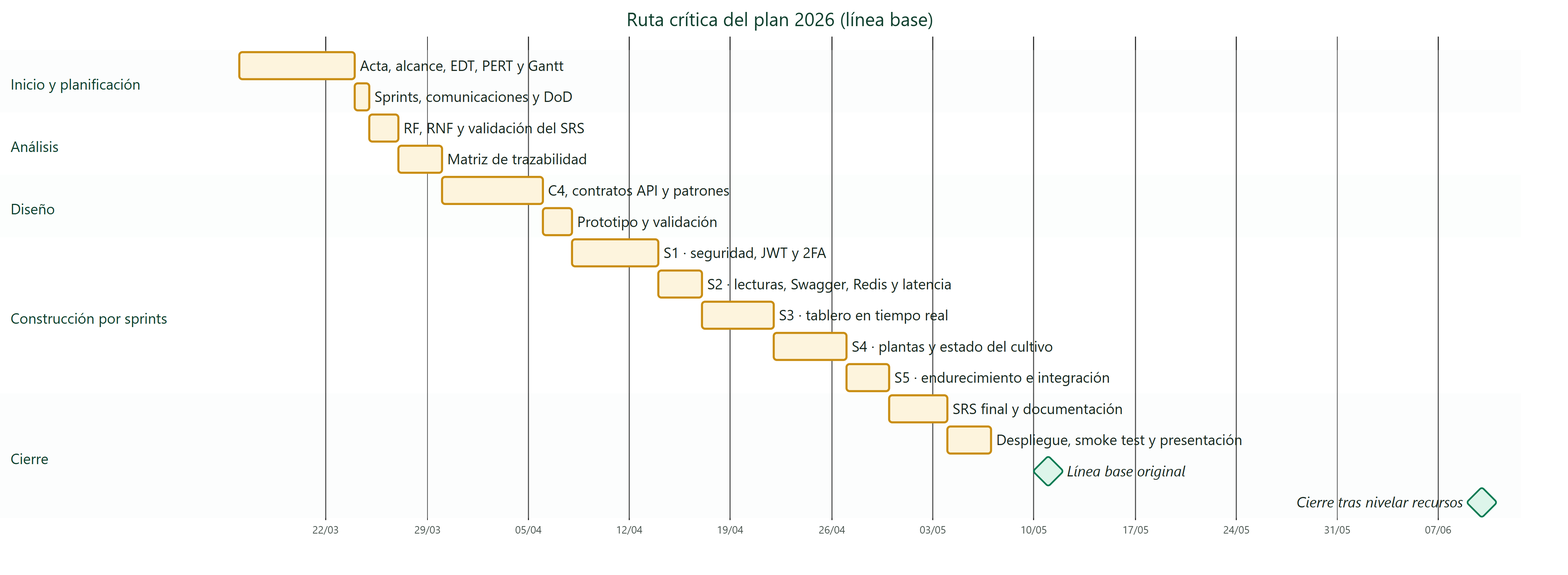
Above: docs/diagrams/SmartPot_23_Critical_Path_Gantt.png in SmartPotTech/.github (Mermaid), before the change. Its source is kept beside it as docs/diagrams/SmartPot_23_Critical_Path_Gantt.mmd. Its diagram source:
```mermaid
%%{init: {"theme": "base", "fontFamily": "Segoe UI, Arial, sans-serif", "themeVariables": {"fontFamily": "Segoe UI, Arial, sans-serif", "fontSize": "15px", "primaryColor": "#DDF5EA", "primaryTextColor": "#17261F", "primaryBorderColor": "#067A52", "secondaryColor": "#E3F2FB", "secondaryTextColor": "#17261F", "secondaryBorderColor": "#1F6FA0", "tertiaryColor": "#F2F7F4", "tertiaryTextColor": "#17261F", "tertiaryBorderColor": "#D5E3DC", "lineColor": "#5B6B63", "textColor": "#17261F", "mainBkg": "#DDF5EA", "nodeBorder": "#067A52", "clusterBkg": "#F7FAF8", "clusterBorder": "#D5E3DC", "edgeLabelBackground": "#FFFFFF", "actorBkg": "#067A52", "actorBorder": "#0B3D2B", "actorTextColor": "#FFFFFF", "actorLineColor": "#5B6B63", "signalColor": "#17261F", "signalTextColor": "#17261F", "labelBoxBkgColor": "#0B3D2B", "labelBoxBorderColor": "#0B3D2B", "labelTextColor": "#FFFFFF", "loopTextColor": "#0B3D2B", "noteBkgColor": "#FDF4DD", "noteBorderColor": "#C98D12", "noteTextColor": "#17261F", "activationBkgColor": "#DDF5EA", "activationBorderColor": "#067A52", "attributeBackgroundColorOdd": "#FFFFFF", "attributeBackgroundColorEven": "#F2F7F4", "taskBkgColor": "#DDF5EA", "taskBorderColor": "#067A52", "taskTextColor": "#17261F", "taskTextDarkColor": "#17261F", "taskTextLightColor": "#17261F", "taskTextOutsideColor": "#17261F", "activeTaskBkgColor": "#E3F2FB", "activeTaskBorderColor": "#1F6FA0", "critBkgColor": "#FDF4DD", "critBorderColor": "#C98D12", "doneTaskBkgColor": "#F2F7F4", "doneTaskBorderColor": "#5B6B63", "sectionBkgColor": "#F2F7F4", "altSectionBkgColor": "#FFFFFF", "sectionBkgColor2": "#EEFAF4", "gridColor": "#D5E3DC", "todayLineColor": "#D64545", "titleColor": "#0B3D2B"}, "gantt": {"barHeight": 26, "fontSize": 14, "sectionFontSize": 14, "leftPadding": 230, "useWidth": 1500}}}%%
gantt
  title Ruta crítica del plan 2026 (línea base)
  dateFormat YYYY-MM-DD
  axisFormat %d/%m
  section Inicio y planificación
  Acta, alcance, EDT, PERT y Gantt :crit, p1, 2026-03-16, 2026-03-24
  Sprints, comunicaciones y DoD :crit, p2, 2026-03-24, 2026-03-25
  section Análisis
  RF, RNF y validación del SRS :crit, a1, 2026-03-25, 2026-03-27
  Matriz de trazabilidad :crit, a2, 2026-03-27, 2026-03-30
  section Diseño
  C4, contratos API y patrones :crit, d1, 2026-03-30, 2026-04-06
  Prototipo y validación :crit, d2, 2026-04-06, 2026-04-08
  section Construcción por sprints
  S1 · seguridad, JWT y 2FA :crit, s1, 2026-04-08, 2026-04-14
  S2 · lecturas, Swagger, Redis y latencia :crit, s2, 2026-04-14, 2026-04-17
  S3 · tablero en tiempo real :crit, s3, 2026-04-17, 2026-04-22
  S4 · plantas y estado del cultivo :crit, s4, 2026-04-22, 2026-04-27
  S5 · endurecimiento e integración :crit, s5, 2026-04-27, 2026-04-30
  section Cierre
  SRS final y documentación :crit, c1, 2026-04-30, 2026-05-04
  Despliegue, smoke test y presentación :crit, c2, 2026-05-04, 2026-05-07
  Línea base original :milestone, m1, 2026-05-11, 0d
  Cierre tras nivelar recursos :milestone, m2, 2026-06-10, 0d
```
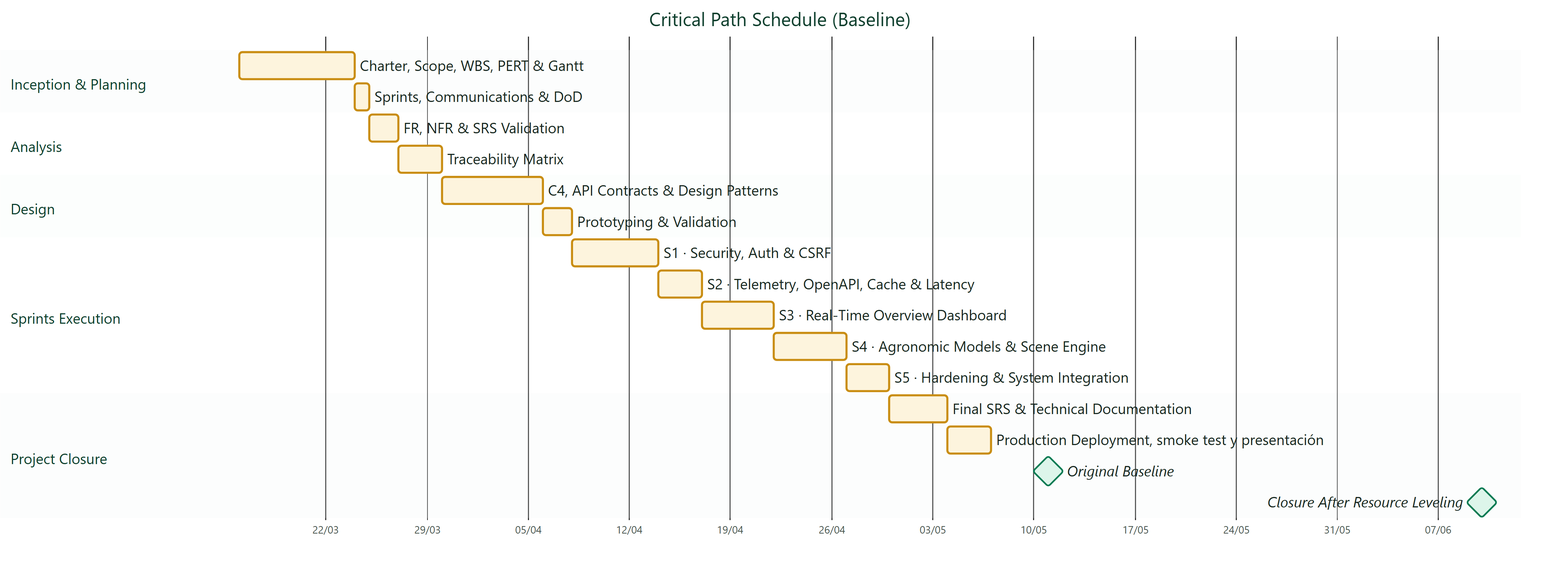
After the commit.

Diff of the diagram source:
```diff
@@ -1,25 +1,25 @@
 %%{init: {"theme": "base", "fontFamily": "Segoe UI, Arial, sans-serif", "themeVariables": {"fontFamily": "Segoe UI, Arial, sans-serif", "fontSize": "15px", "primaryColor": "#DDF5EA", "primaryTextColor": "#17261F", "primaryBorderColor": "#067A52", "secondaryColor": "#E3F2FB", "secondaryTextColor": "#17261F", "secondaryBorderColor": "#1F6FA0", "tertiaryColor": "#F2F7F4", "tertiaryTextColor": "#17261F", "tertiaryBorderColor": "#D5E3DC", "lineColor": "#5B6B63", "textColor": "#17261F", "mainBkg": "#DDF5EA", "nodeBorder": "#067A52", "clusterBkg": "#F7FAF8", "clusterBorder": "#D5E3DC", "edgeLabelBackground": "#FFFFFF", "actorBkg": "#067A52", "actorBorder": "#0B3D2B", "actorTextColor": "#FFFFFF", "actorLineColor": "#5B6B63", "signalColor": "#17261F", "signalTextColor": "#17261F", "labelBoxBkgColor": "#0B3D2B", "labelBoxBorderColor": "#0B3D2B", "labelTextColor": "#FFFFFF", "loopTextColor": "#0B3D2B", "noteBkgColor": "#FDF4DD", "noteBorderColor": "#C98D12", "noteTextColor": "#17261F", "activationBkgColor": "#DDF5EA", "activationBorderColor": "#067A52", "attributeBackgroundColorOdd": "#FFFFFF", "attributeBackgroundColorEven": "#F2F7F4", "taskBkgColor": "#DDF5EA", "taskBorderColor": "#067A52", "taskTextColor": "#17261F", "taskTextDarkColor": "#17261F", "taskTextLightColor": "#17261F", "taskTextOutsideColor": "#17261F", "activeTaskBkgColor": "#E3F2FB", "activeTaskBorderColor": "#1F6FA0", "critBkgColor": "#FDF4DD", "critBorderColor": "#C98D12", "doneTaskBkgColor": "#F2F7F4", "doneTaskBorderColor": "#5B6B63", "sectionBkgColor": "#F2F7F4", "altSectionBkgColor": "#FFFFFF", "sectionBkgColor2": "#EEFAF4", "gridColor": "#D5E3DC", "todayLineColor": "#D64545", "titleColor": "#0B3D2B"}, "gantt": {"barHeight": 26, "fontSize": 14, "sectionFontSize": 14, "leftPadding": 230, "useWidth": 1500}}}%%
 gantt
-  title Ruta crítica del plan 2026 (línea base)
+  title Critical Path Schedule (Baseline)
   dateFormat YYYY-MM-DD
   axisFormat %d/%m
-  section Inicio y planificación
-  Acta, alcance, EDT, PERT y Gantt :crit, p1, 2026-03-16, 2026-03-24
-  Sprints, comunicaciones y DoD :crit, p2, 2026-03-24, 2026-03-25
-  section Análisis
-  RF, RNF y validación del SRS :crit, a1, 2026-03-25, 2026-03-27
-  Matriz de trazabilidad :crit, a2, 2026-03-27, 2026-03-30
-  section Diseño
-  C4, contratos API y patrones :crit, d1, 2026-03-30, 2026-04-06
-  Prototipo y validación :crit, d2, 2026-04-06, 2026-04-08
-  section Construcción por sprints
-  S1 · seguridad, JWT y 2FA :crit, s1, 2026-04-08, 2026-04-14
-  S2 · lecturas, Swagger, Redis y latencia :crit, s2, 2026-04-14, 2026-04-17
-  S3 · tablero en tiempo real :crit, s3, 2026-04-17, 2026-04-22
-  S4 · plantas y estado del cultivo :crit, s4, 2026-04-22, 2026-04-27
-  S5 · endurecimiento e integración :crit, s5, 2026-04-27, 2026-04-30
-  section Cierre
-  SRS final y documentación :crit, c1, 2026-04-30, 2026-05-04
-  Despliegue, smoke test y presentación :crit, c2, 2026-05-04, 2026-05-07
-  Línea base original :milestone, m1, 2026-05-11, 0d
-  Cierre tras nivelar recursos :milestone, m2, 2026-06-10, 0d
+  section Inception & Planning
+  Charter, Scope, WBS, PERT & Gantt :crit, p1, 2026-03-16, 2026-03-24
+  Sprints, Communications & DoD :crit, p2, 2026-03-24, 2026-03-25
+  section Analysis
+  FR, NFR & SRS Validation :crit, a1, 2026-03-25, 2026-03-27
+  Traceability Matrix :crit, a2, 2026-03-27, 2026-03-30
+  section Design
+  C4, API Contracts & Design Patterns :crit, d1, 2026-03-30, 2026-04-06
+  Prototyping & Validation :crit, d2, 2026-04-06, 2026-04-08
+  section Sprints Execution
+  S1 · Security, Auth & CSRF :crit, s1, 2026-04-08, 2026-04-14
+  S2 · Telemetry, OpenAPI, Cache & Latency :crit, s2, 2026-04-14, 2026-04-17
+  S3 · Real-Time Overview Dashboard :crit, s3, 2026-04-17, 2026-04-22
+  S4 · Agronomic Models & Scene Engine :crit, s4, 2026-04-22, 2026-04-27
+  S5 · Hardening & System Integration :crit, s5, 2026-04-27, 2026-04-30
+  section Project Closure
+  Final SRS & Technical Documentation :crit, c1, 2026-04-30, 2026-05-04
+  Production Deployment, smoke test y presentación :crit, c2, 2026-05-04, 2026-05-07
+  Original Baseline :milestone, m1, 2026-05-11, 0d
+  Closure After Resource Leveling :milestone, m2, 2026-06-10, 0d
```
